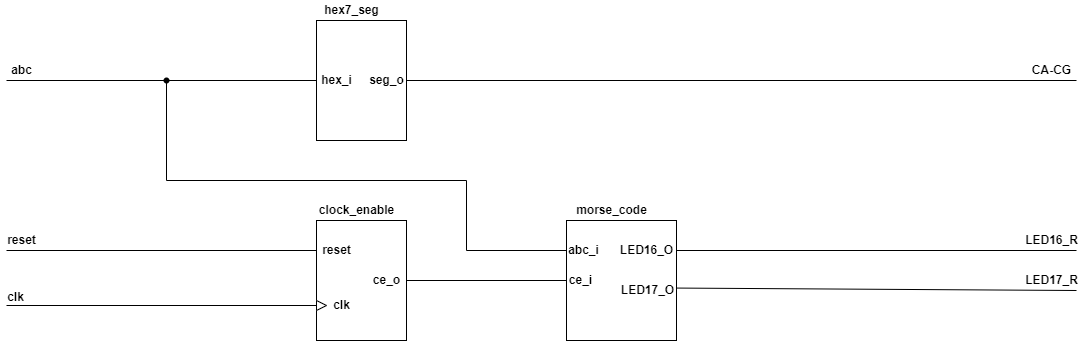
Earlier version of the draw.io export labs/project/top.png (Marxs31/digital-electronics-1). Source tidied: cells renumbered, new cells last; positions are measured from the earlier drawing's top-left corner, leaving out a move shared by most shapes.
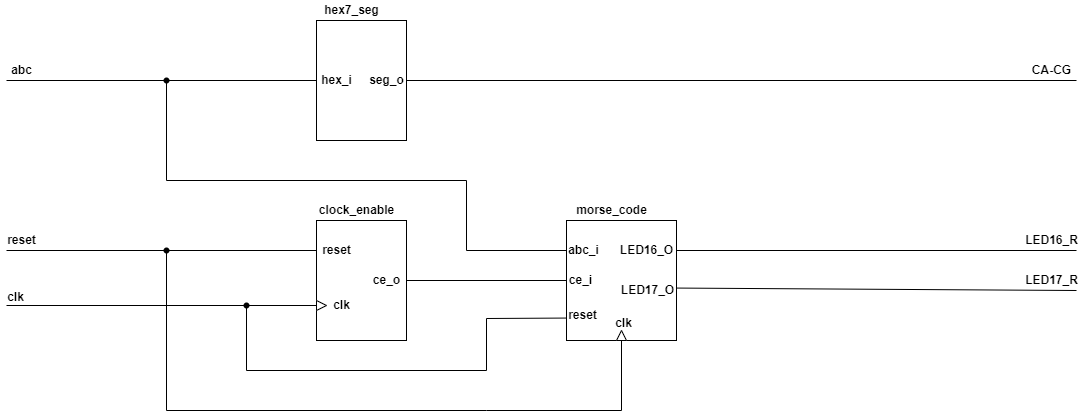
Above is the later version.

The edit, as a diff of the source:
```diff
@@ -11,12 +11,10 @@
     <mxCell id="4" style="endArrow=none;html=1;rounded=0;entryX=0;entryY=0.5;entryDx=0;entryDy=0;startArrow=none;" parent="1" edge="1" source="23" target="3">
       <mxGeometry relative="1" as="geometry" />
     </mxCell>
-    <mxCell id="5" style="endArrow=none;html=1;rounded=0;entryX=0;entryY=0.25;entryDx=0;entryDy=0;" parent="1" edge="1" target="2">
-      <mxGeometry relative="1" as="geometry">
-        <mxPoint x="6" y="250" as="sourcePoint" />
-      </mxGeometry>
+    <mxCell id="5" style="endArrow=none;html=1;rounded=0;entryX=0;entryY=0.25;entryDx=0;entryDy=0;startArrow=none;" parent="1" edge="1" source="39" target="2">
+      <mxGeometry relative="1" as="geometry" />
     </mxCell>
-    <mxCell id="6" style="endArrow=none;html=1;rounded=0;startArrow=none;exitX=0;exitY=0.5;exitDx=0;exitDy=0;" parent="1" edge="1" source="13">
+    <mxCell id="6" style="endArrow=none;html=1;rounded=0;startArrow=none;exitDx=0;exitDy=0;" parent="1" edge="1" source="37">
       <mxGeometry relative="1" as="geometry">
         <mxPoint x="6" y="305" as="targetPoint" />
       </mxGeometry>
@@ -120,5 +118,47 @@
     <mxCell id="34" value="&lt;b&gt;LED17_R&lt;/b&gt;" style="text;html=1;align=center;verticalAlign=middle;strokeColor=none;fillColor=none;" parent="1" vertex="1">
       <mxGeometry x="1016" y="270" width="70" height="20" as="geometry" />
     </mxCell>
+    <mxCell id="35" style="endArrow=none;html=1;rounded=0;exitX=0.5;exitY=1;exitDx=0;exitDy=0;" parent="1" edge="1" source="18">
+      <mxGeometry relative="1" as="geometry">
+        <mxPoint x="166" y="250" as="targetPoint" />
+        <Array as="points">
+          <mxPoint x="621" y="410" />
+          <mxPoint x="486" y="410" />
+          <mxPoint x="166" y="410" />
+        </Array>
+      </mxGeometry>
+    </mxCell>
+    <mxCell id="36" style="endArrow=none;html=1;rounded=0;entryX=-0.008;entryY=0.813;entryDx=0;entryDy=0;entryPerimeter=0;exitX=0.507;exitY=0.57;exitDx=0;exitDy=0;exitPerimeter=0;" parent="1" edge="1" source="37" target="18">
+      <mxGeometry relative="1" as="geometry">
+        <Array as="points">
+          <mxPoint x="246" y="370" />
+          <mxPoint x="486" y="370" />
+          <mxPoint x="486" y="318" />
+        </Array>
+      </mxGeometry>
+    </mxCell>
+    <mxCell id="37" style="shape=waypoint;sketch=0;fillStyle=solid;size=6;points=[];fillColor=none;perimeter=centerPerimeter;snapToPoint=1;" parent="1" vertex="1">
+      <mxGeometry x="226" y="285" width="40" height="40" as="geometry" />
+    </mxCell>
+    <mxCell id="38" style="endArrow=none;html=1;rounded=0;startArrow=none;exitX=0;exitY=0.5;exitDx=0;exitDy=0;" parent="1" edge="1" source="13" target="37">
+      <mxGeometry relative="1" as="geometry" />
+    </mxCell>
+    <mxCell id="39" style="shape=waypoint;sketch=0;fillStyle=solid;size=6;points=[];fillColor=none;perimeter=centerPerimeter;snapToPoint=1;" parent="1" vertex="1">
+      <mxGeometry x="146" y="230" width="40" height="40" as="geometry" />
+    </mxCell>
+    <mxCell id="40" style="endArrow=none;html=1;rounded=0;entryDx=0;entryDy=0;" parent="1" edge="1" target="39">
+      <mxGeometry relative="1" as="geometry">
+        <mxPoint x="6" y="250" as="sourcePoint" />
+      </mxGeometry>
+    </mxCell>
+    <mxCell id="41" value="&lt;b&gt;clk&lt;/b&gt;" style="text;html=1;align=center;verticalAlign=middle;strokeColor=none;fillColor=none;" parent="1" vertex="1">
+      <mxGeometry x="608" y="313" width="30" height="20" as="geometry" />
+    </mxCell>
+    <mxCell id="42" value="&lt;b&gt;reset&lt;/b&gt;" style="text;html=1;align=center;verticalAlign=middle;strokeColor=none;fillColor=none;" parent="1" vertex="1">
+      <mxGeometry x="562" y="305" width="40" height="20" as="geometry" />
+    </mxCell>
+    <mxCell id="43" style="triangle;whiteSpace=wrap;html=1;rotation=-90;" parent="1" vertex="1">
+      <mxGeometry x="616" y="330" width="10" height="10" as="geometry" />
+    </mxCell>
   </root>
 </mxGraphModel>
```
